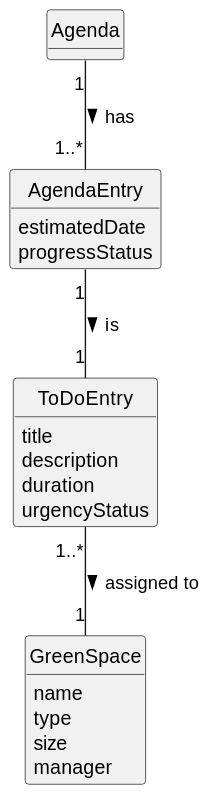
ricardomm7/leaflink keeps this PlantUML diagram as docs/sprintC/us022/02.analysis/svg/us022-domain-model.svg. Above is the earlier version.
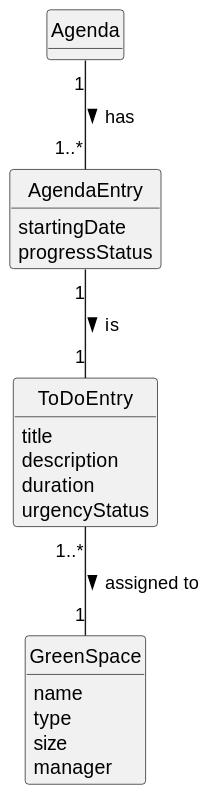
Above is the later version.

Change to the diagram source:
```diff
@@ -12,7 +12,7 @@
 
 
 class AgendaEntry {
-    estimatedDate
+    startingDate
     progressStatus
 
 }
```
